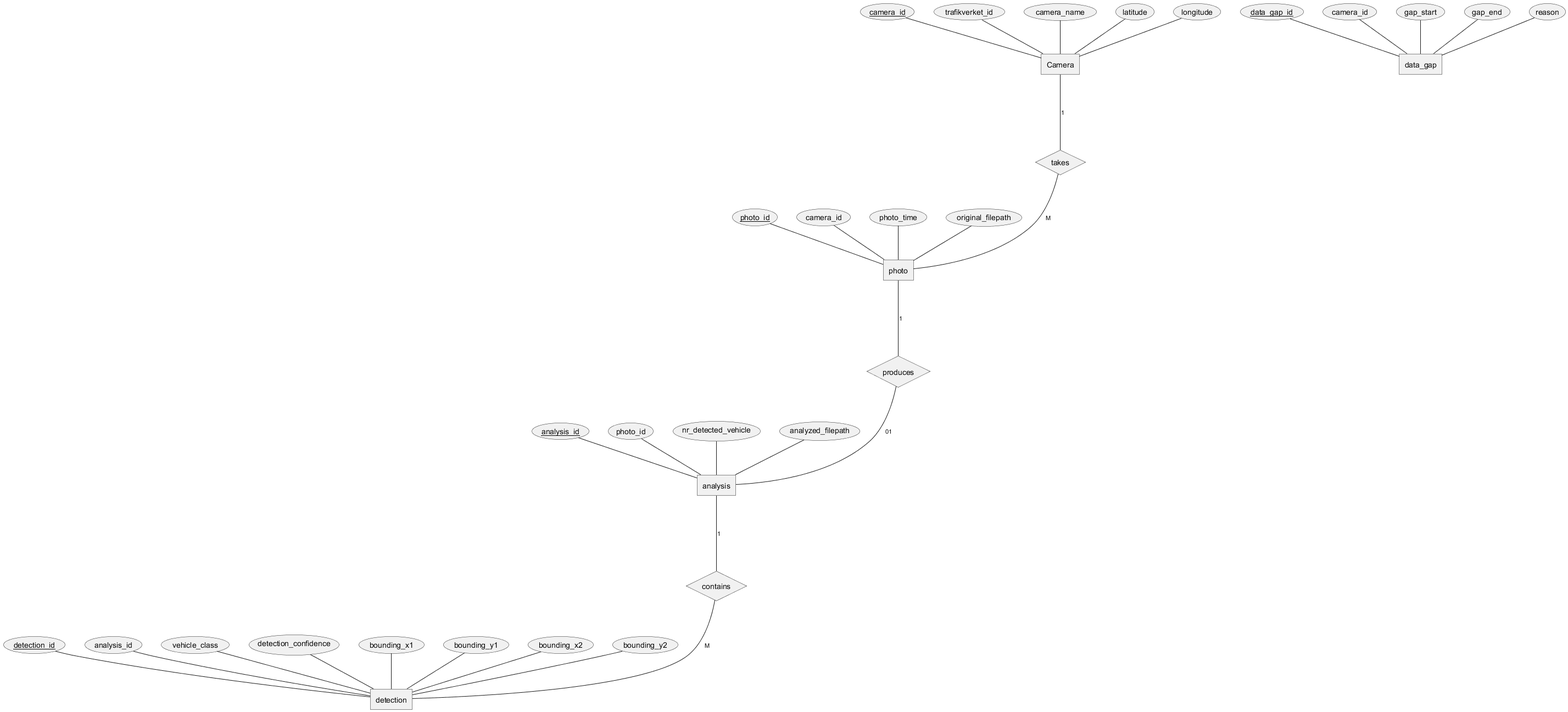
Before: diagrams/DB_Schema.png, a diagram exported from PlantUML (kigu25/Roadflow).
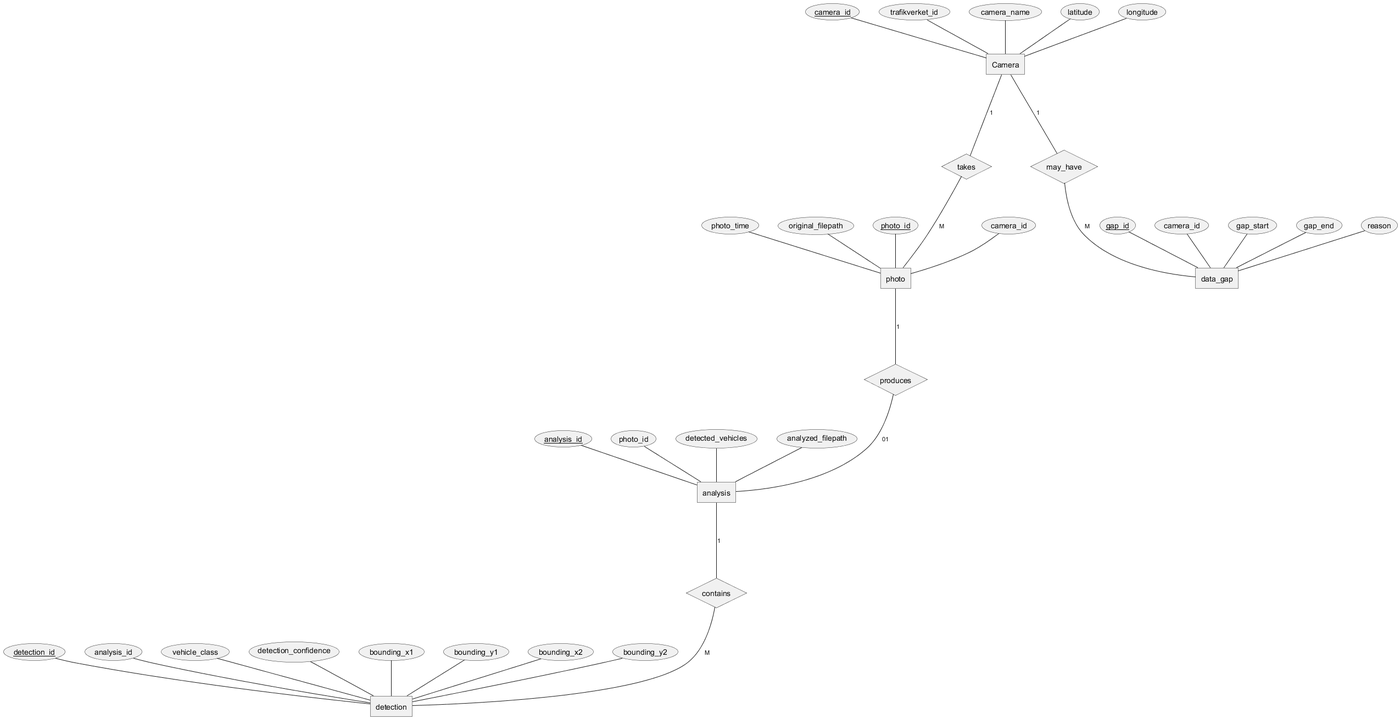
Above is the later version.

Commit message:
Updated to match current db with data_gap table

What changed in the source:
```diff
@@ -11,7 +11,7 @@
 }
 
 entity data_gap{
-    data_gap_id <<key>>
+    gap_id <<key>>
     camera_id
     gap_start
     gap_end
@@ -28,7 +28,7 @@
 entity analysis{
     analysis_id<<key>>
     photo_id
-    nr_detected_vehicle
+    detected_vehicles
     analyzed_filepath
 }
 
@@ -54,9 +54,15 @@
 
 }
 
+relationship may_have{
+
+}
+
 
 Camera -1- takes
 takes -M- photo
+Camera -1- may_have
+may_have -M- data_gap
 photo -1- produces
 produces -01- analysis
 analysis -1- contains
```
